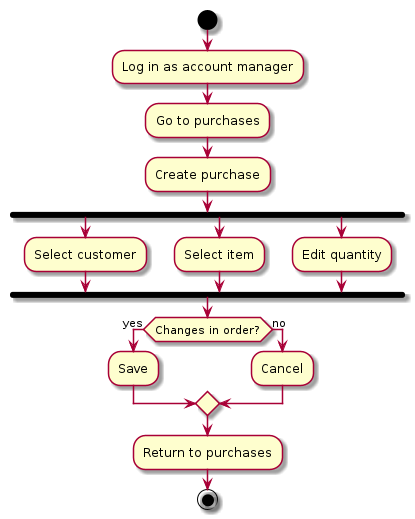
Above: docs/enter-purchase.png in tflm91/CRM-System (PlantUML), before the change. Its diagram source:
```plantuml
@startuml

start
:Log in as account manager;
:Go to purchases;
:Create purchase;
fork
    :Select customer;
fork again
    :Select item;
fork again
    :Edit quantity;
end fork
if (Changes in order?) then (yes)
    :Save;
else (no)
    :Cancel;
endif
:Return to purchases;
stop

@enduml
```
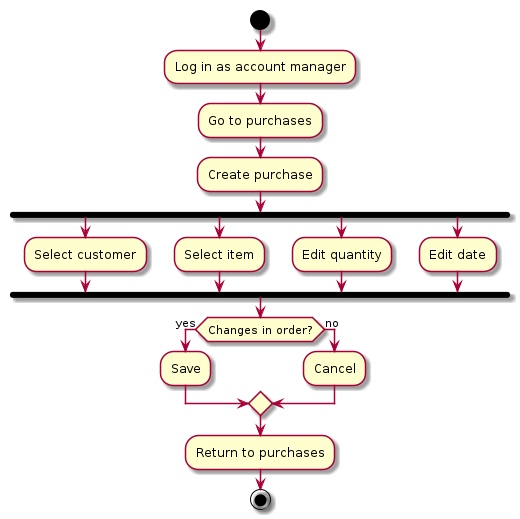
Above is the later version.

The edit, as a diff of the source:
```diff
@@ -10,6 +10,8 @@
     :Select item;
 fork again
     :Edit quantity;
+fork again
+    :Edit date;
 end fork
 if (Changes in order?) then (yes)
     :Save;
```
